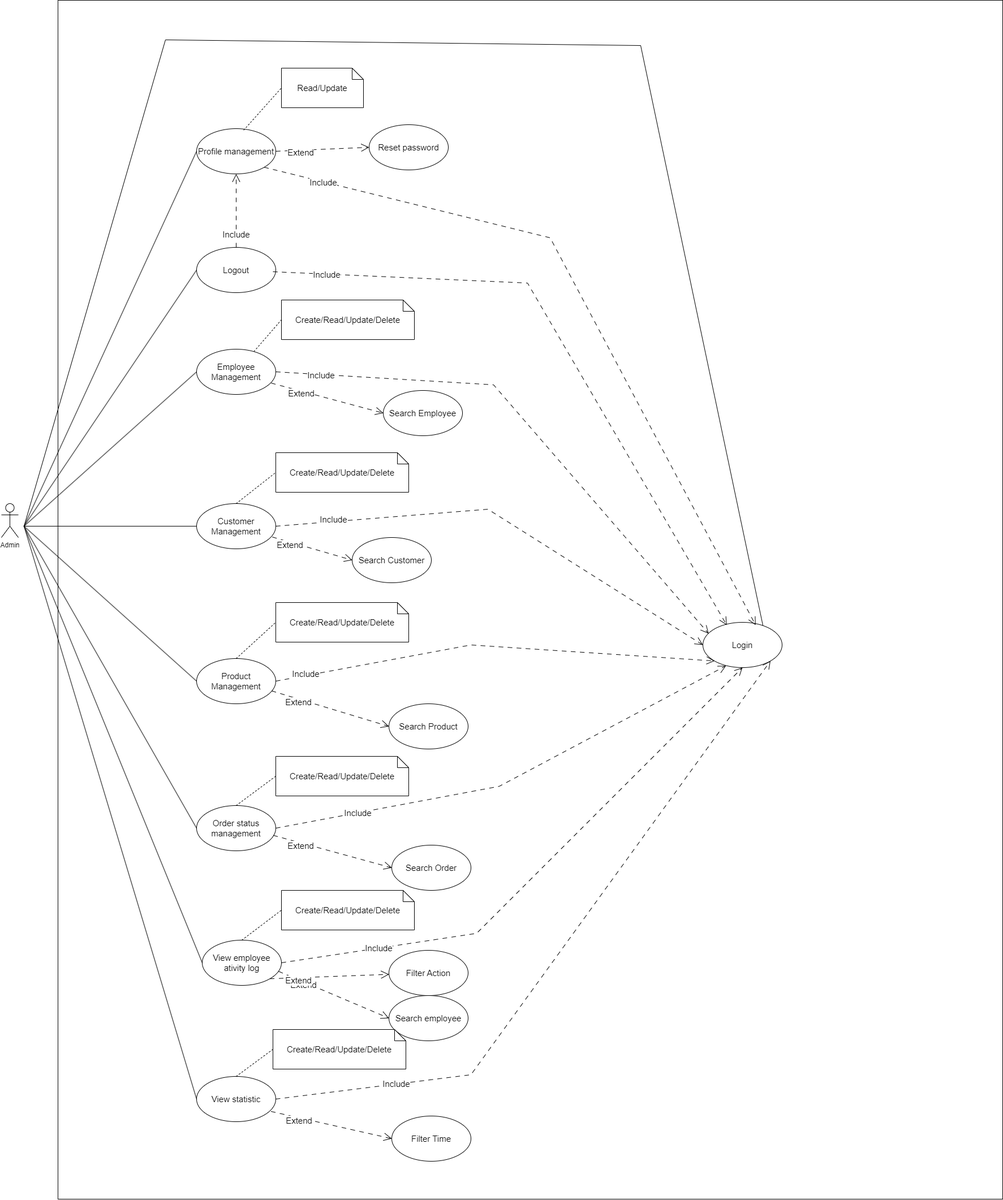
Earlier version of the draw.io export document/SDS/Use Case Diagram/Admin_Use_Case_Diagram.drawio.png (QuocZuong/perfume-store). Source tidied: cells renumbered, new cells last; positions are measured from the earlier drawing's top-left corner, leaving out a move shared by most shapes.
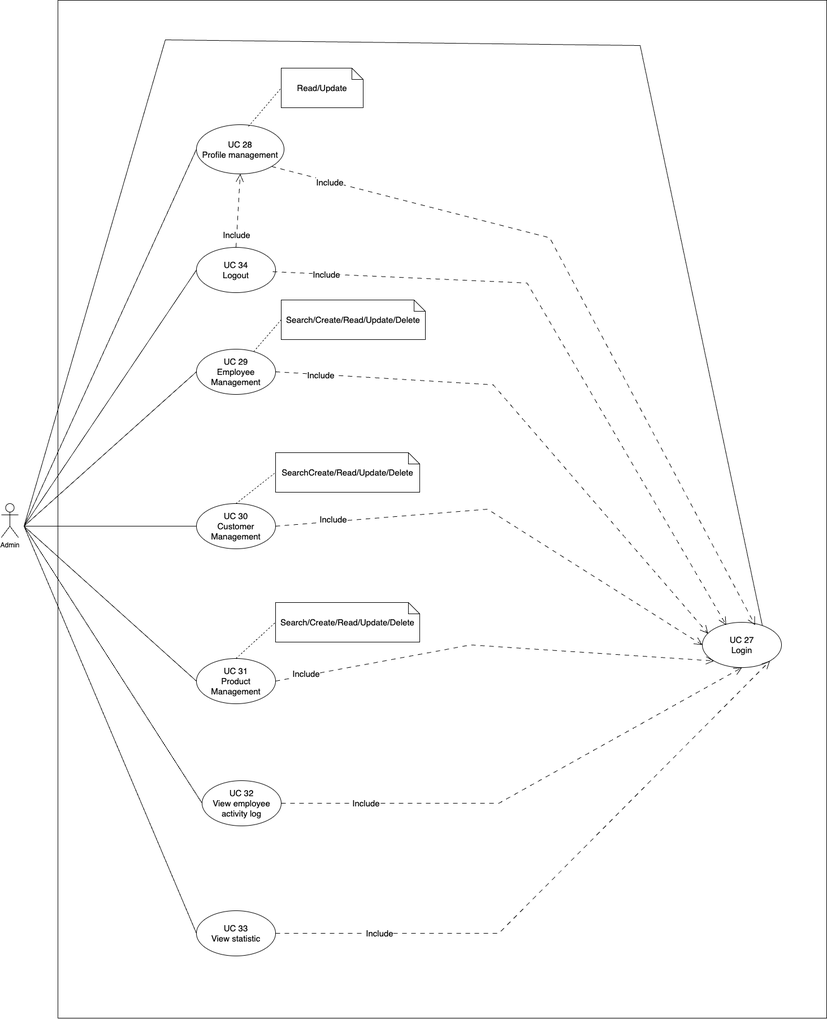
After the commit.

The edit, as a diff of the source:
```diff
@@ -6,23 +6,17 @@
       <mxGeometry y="890" width="30" height="60" as="geometry" />
     </mxCell>
     <mxCell id="3" style="rounded=0;whiteSpace=wrap;html=1;" parent="1" vertex="1">
-      <mxGeometry x="100" width="1670" height="2120" as="geometry" />
+      <mxGeometry x="100" width="1360" height="1800" as="geometry" />
     </mxCell>
-    <mxCell id="4" value="Login" style="ellipse;whiteSpace=wrap;html=1;fontSize=15;" parent="1" vertex="1">
+    <mxCell id="4" value="UC 27&lt;br&gt;Login" style="ellipse;whiteSpace=wrap;html=1;fontSize=15;" parent="1" vertex="1">
       <mxGeometry x="1240" y="1100" width="140" height="80" as="geometry" />
     </mxCell>
-    <mxCell id="5" value="Profile management" style="ellipse;whiteSpace=wrap;html=1;fontSize=15;" parent="1" vertex="1">
-      <mxGeometry x="345" y="227" width="140" height="80" as="geometry" />
+    <mxCell id="5" value="UC 28&lt;br&gt;Profile management" style="ellipse;whiteSpace=wrap;html=1;fontSize=15;" parent="1" vertex="1">
+      <mxGeometry x="345" y="220" width="155" height="87" as="geometry" />
     </mxCell>
-    <mxCell id="6" value="Reset password" style="ellipse;whiteSpace=wrap;html=1;fontSize=15;" parent="1" vertex="1">
-      <mxGeometry x="650" y="220" width="140" height="80" as="geometry" />
-    </mxCell>
-    <mxCell id="7" value="Logout" style="ellipse;whiteSpace=wrap;html=1;fontSize=15;" parent="1" vertex="1">
+    <mxCell id="7" value="UC 34&lt;br&gt;Logout" style="ellipse;whiteSpace=wrap;html=1;fontSize=15;" parent="1" vertex="1">
       <mxGeometry x="345" y="437" width="140" height="80" as="geometry" />
     </mxCell>
-    <mxCell id="8" value="Extend" style="endArrow=open;html=1;rounded=0;endFill=0;endSize=12;dashed=1;dashPattern=8 8;entryX=0;entryY=0.5;entryDx=0;entryDy=0;exitX=1;exitY=0.5;exitDx=0;exitDy=0;fontSize=15;" parent="1" edge="1" source="5" target="6">
-      <mxGeometry x="-0.47" y="-4" relative="1" as="geometry" />
-    </mxCell>
     <mxCell id="9" value="Include" style="endArrow=open;html=1;rounded=0;endFill=0;endSize=12;dashed=1;dashPattern=8 8;exitX=0.5;exitY=0;exitDx=0;exitDy=0;entryX=0.5;entryY=1;entryDx=0;entryDy=0;fontSize=15;" parent="1" edge="1" source="7" target="5">
       <mxGeometry x="-0.66" relative="1" as="geometry" />
     </mxCell>
@@ -32,23 +26,20 @@
     <mxCell id="11" style="endArrow=none;dashed=1;html=1;rounded=0;exitX=0.594;exitY=0.035;exitDx=0;exitDy=0;entryX=0;entryY=0.5;entryDx=0;entryDy=0;entryPerimeter=0;exitPerimeter=0;" parent="1" edge="1" source="5" target="10">
       <mxGeometry relative="1" as="geometry" />
     </mxCell>
-    <mxCell id="12" value="Employee Management" style="ellipse;whiteSpace=wrap;html=1;fontSize=15;" parent="1" vertex="1">
+    <mxCell id="12" value="UC 29&lt;br&gt;Employee Management" style="ellipse;whiteSpace=wrap;html=1;fontSize=15;" parent="1" vertex="1">
       <mxGeometry x="345" y="617" width="140" height="80" as="geometry" />
     </mxCell>
-    <mxCell id="13" value="Customer Management" style="ellipse;whiteSpace=wrap;html=1;fontSize=15;" parent="1" vertex="1">
+    <mxCell id="13" value="UC 30&lt;br&gt;Customer Management" style="ellipse;whiteSpace=wrap;html=1;fontSize=15;" parent="1" vertex="1">
       <mxGeometry x="345" y="890" width="140" height="80" as="geometry" />
     </mxCell>
-    <mxCell id="14" value="Product Management" style="ellipse;whiteSpace=wrap;html=1;fontSize=15;" parent="1" vertex="1">
+    <mxCell id="14" value="UC 31&lt;br&gt;Product Management" style="ellipse;whiteSpace=wrap;html=1;fontSize=15;" parent="1" vertex="1">
       <mxGeometry x="345" y="1164" width="140" height="80" as="geometry" />
     </mxCell>
-    <mxCell id="15" value="Order status management" style="ellipse;whiteSpace=wrap;html=1;fontSize=15;" parent="1" vertex="1">
-      <mxGeometry x="345" y="1424" width="140" height="80" as="geometry" />
-    </mxCell>
-    <mxCell id="16" value="View employee ativity log" style="ellipse;whiteSpace=wrap;html=1;fontSize=15;" parent="1" vertex="1">
-      <mxGeometry x="355" y="1662" width="140" height="80" as="geometry" />
+    <mxCell id="16" value="UC 32&lt;br&gt;View employee activity log" style="ellipse;whiteSpace=wrap;html=1;fontSize=15;" parent="1" vertex="1">
+      <mxGeometry x="355" y="1380" width="140" height="80" as="geometry" />
     </mxCell>
-    <mxCell id="17" value="View statistic" style="ellipse;whiteSpace=wrap;html=1;fontSize=15;" parent="1" vertex="1">
-      <mxGeometry x="345" y="1903" width="140" height="80" as="geometry" />
+    <mxCell id="17" value="UC 33&lt;br&gt;View statistic" style="ellipse;whiteSpace=wrap;html=1;fontSize=15;" parent="1" vertex="1">
+      <mxGeometry x="345" y="1610" width="140" height="80" as="geometry" />
     </mxCell>
     <mxCell id="18" style="endArrow=none;html=1;rounded=0;entryX=0;entryY=0.5;entryDx=0;entryDy=0;" parent="1" edge="1" target="12">
       <mxGeometry relative="1" as="geometry">
@@ -65,11 +56,6 @@
         <mxPoint x="40" y="930" as="sourcePoint" />
       </mxGeometry>
     </mxCell>
-    <mxCell id="21" style="endArrow=none;html=1;rounded=0;entryX=0;entryY=0.5;entryDx=0;entryDy=0;" parent="1" edge="1" target="15">
-      <mxGeometry relative="1" as="geometry">
-        <mxPoint x="40" y="930" as="sourcePoint" />
-      </mxGeometry>
-    </mxCell>
     <mxCell id="22" style="endArrow=none;html=1;rounded=0;entryX=0;entryY=0.5;entryDx=0;entryDy=0;" parent="1" edge="1" target="16">
       <mxGeometry relative="1" as="geometry">
         <mxPoint x="40" y="930" as="sourcePoint" />
@@ -102,69 +88,20 @@
         </Array>
       </mxGeometry>
     </mxCell>
-    <mxCell id="27" value="Include" style="endArrow=open;html=1;rounded=0;endFill=0;endSize=12;dashed=1;dashPattern=8 8;exitX=1;exitY=0.5;exitDx=0;exitDy=0;fontSize=15;entryX=0.293;entryY=0.959;entryDx=0;entryDy=0;entryPerimeter=0;" parent="1" edge="1" source="15" target="4">
-      <mxGeometry x="-0.66" relative="1" as="geometry">
-        <Array as="points">
-          <mxPoint x="880" y="1390" />
-        </Array>
-      </mxGeometry>
-    </mxCell>
     <mxCell id="28" value="Include" style="endArrow=open;html=1;rounded=0;endFill=0;endSize=12;dashed=1;dashPattern=8 8;exitX=1;exitY=0.5;exitDx=0;exitDy=0;fontSize=15;entryX=0.5;entryY=1;entryDx=0;entryDy=0;" parent="1" edge="1" source="16" target="4">
       <mxGeometry x="-0.66" relative="1" as="geometry">
         <Array as="points">
-          <mxPoint x="840" y="1650" />
+          <mxPoint x="880" y="1420" />
         </Array>
       </mxGeometry>
     </mxCell>
     <mxCell id="29" value="Include" style="endArrow=open;html=1;rounded=0;endFill=0;endSize=12;dashed=1;dashPattern=8 8;exitX=1;exitY=0.5;exitDx=0;exitDy=0;fontSize=15;entryX=1;entryY=1;entryDx=0;entryDy=0;" parent="1" edge="1" source="17" target="4">
       <mxGeometry x="-0.66" relative="1" as="geometry">
         <Array as="points">
-          <mxPoint x="830" y="1900" />
+          <mxPoint x="880" y="1650" />
         </Array>
       </mxGeometry>
     </mxCell>
-    <mxCell id="30" value="Search Employee" style="ellipse;whiteSpace=wrap;html=1;fontSize=15;" parent="1" vertex="1">
-      <mxGeometry x="675" y="690" width="140" height="80" as="geometry" />
-    </mxCell>
-    <mxCell id="31" value="Extend" style="endArrow=open;html=1;rounded=0;endFill=0;endSize=12;dashed=1;dashPattern=8 8;entryX=0;entryY=0.5;entryDx=0;entryDy=0;fontSize=15;exitX=0.942;exitY=0.749;exitDx=0;exitDy=0;exitPerimeter=0;" parent="1" edge="1" source="12" target="30">
-      <mxGeometry x="-0.46" y="-4" relative="1" as="geometry" />
-    </mxCell>
-    <mxCell id="32" value="Search Customer" style="ellipse;whiteSpace=wrap;html=1;fontSize=15;" parent="1" vertex="1">
-      <mxGeometry x="620" y="950" width="140" height="80" as="geometry" />
-    </mxCell>
-    <mxCell id="33" value="Extend" style="endArrow=open;html=1;rounded=0;endFill=0;endSize=12;dashed=1;dashPattern=8 8;entryX=0;entryY=0.5;entryDx=0;entryDy=0;fontSize=15;exitX=0.956;exitY=0.739;exitDx=0;exitDy=0;exitPerimeter=0;" parent="1" edge="1" source="13" target="32">
-      <mxGeometry x="-0.53" y="-5" relative="1" as="geometry" />
-    </mxCell>
-    <mxCell id="34" value="Search Product" style="ellipse;whiteSpace=wrap;html=1;fontSize=15;" parent="1" vertex="1">
-      <mxGeometry x="685" y="1244" width="140" height="80" as="geometry" />
-    </mxCell>
-    <mxCell id="35" value="Extend" style="endArrow=open;html=1;rounded=0;endFill=0;endSize=12;dashed=1;dashPattern=8 8;entryX=0;entryY=0.5;entryDx=0;entryDy=0;fontSize=15;exitX=0.947;exitY=0.715;exitDx=0;exitDy=0;exitPerimeter=0;" parent="1" edge="1" source="14" target="34">
-      <mxGeometry x="-0.53" y="-5" relative="1" as="geometry" />
-    </mxCell>
-    <mxCell id="36" value="Search Order" style="ellipse;whiteSpace=wrap;html=1;fontSize=15;" parent="1" vertex="1">
-      <mxGeometry x="690" y="1494" width="140" height="80" as="geometry" />
-    </mxCell>
-    <mxCell id="37" value="Extend" style="endArrow=open;html=1;rounded=0;endFill=0;endSize=12;dashed=1;dashPattern=8 8;entryX=0;entryY=0.5;entryDx=0;entryDy=0;fontSize=15;exitX=0.969;exitY=0.659;exitDx=0;exitDy=0;exitPerimeter=0;" parent="1" edge="1" source="15" target="36">
-      <mxGeometry x="-0.53" y="-5" relative="1" as="geometry" />
-    </mxCell>
-    <mxCell id="38" value="Search employee" style="ellipse;whiteSpace=wrap;html=1;fontSize=15;" parent="1" vertex="1">
-      <mxGeometry x="685" y="1760" width="140" height="80" as="geometry" />
-    </mxCell>
-    <mxCell id="39" value="Filter Action" style="ellipse;whiteSpace=wrap;html=1;fontSize=15;" parent="1" vertex="1">
-      <mxGeometry x="685" y="1680" width="140" height="80" as="geometry" />
-    </mxCell>
-    <mxCell id="40" value="Extend" style="endArrow=open;html=1;rounded=0;endFill=0;endSize=12;dashed=1;dashPattern=8 8;entryX=0;entryY=0.5;entryDx=0;entryDy=0;fontSize=15;exitX=0.963;exitY=0.689;exitDx=0;exitDy=0;exitPerimeter=0;" parent="1" edge="1" source="16" target="38">
-      <mxGeometry x="-0.53" y="-5" relative="1" as="geometry" />
-    </mxCell>
-    <mxCell id="41" value="Extend" style="endArrow=open;html=1;rounded=0;endFill=0;endSize=12;dashed=1;dashPattern=8 8;fontSize=15;exitX=1;exitY=1;exitDx=0;exitDy=0;" parent="1" edge="1" source="16" target="39">
-      <mxGeometry x="-0.53" y="-5" relative="1" as="geometry" />
-    </mxCell>
-    <mxCell id="42" value="Filter Time" style="ellipse;whiteSpace=wrap;html=1;fontSize=15;" parent="1" vertex="1">
-      <mxGeometry x="690" y="1973" width="140" height="80" as="geometry" />
-    </mxCell>
-    <mxCell id="43" value="Extend" style="endArrow=open;html=1;rounded=0;endFill=0;endSize=12;dashed=1;dashPattern=8 8;fontSize=15;exitX=0.94;exitY=0.774;exitDx=0;exitDy=0;entryX=0;entryY=0.5;entryDx=0;entryDy=0;exitPerimeter=0;" parent="1" edge="1" source="17" target="42">
-      <mxGeometry x="-0.53" y="-5" relative="1" as="geometry" />
-    </mxCell>
     <mxCell id="44" style="endArrow=none;html=1;rounded=0;entryX=0;entryY=0.5;entryDx=0;entryDy=0;" parent="1" edge="1" target="5">
       <mxGeometry relative="1" as="geometry">
         <mxPoint x="40" y="930" as="sourcePoint" />
@@ -201,8 +138,8 @@
         </Array>
       </mxGeometry>
     </mxCell>
-    <mxCell id="49" value="Create/Read/Update/Delete" style="shape=note;size=20;whiteSpace=wrap;html=1;fontSize=15;" parent="1" vertex="1">
-      <mxGeometry x="495" y="530" width="235" height="70" as="geometry" />
+    <mxCell id="49" value="Search/Create/Read/Update/Delete" style="shape=note;size=20;whiteSpace=wrap;html=1;fontSize=15;" parent="1" vertex="1">
+      <mxGeometry x="495" y="530" width="255" height="70" as="geometry" />
     </mxCell>
     <mxCell id="50" style="endArrow=none;dashed=1;html=1;rounded=0;entryX=0;entryY=0.5;entryDx=0;entryDy=0;entryPerimeter=0;" parent="1" edge="1" source="12" target="49">
       <mxGeometry relative="1" as="geometry" />
@@ -210,32 +147,14 @@
     <mxCell id="51" style="endArrow=none;dashed=1;html=1;rounded=0;entryX=0;entryY=0.5;entryDx=0;entryDy=0;entryPerimeter=0;exitX=0.5;exitY=0;exitDx=0;exitDy=0;" parent="1" edge="1" source="13" target="52">
       <mxGeometry relative="1" as="geometry" />
     </mxCell>
-    <mxCell id="52" value="Create/Read/Update/Delete" style="shape=note;size=20;whiteSpace=wrap;html=1;fontSize=15;" parent="1" vertex="1">
-      <mxGeometry x="485" y="800" width="235" height="70" as="geometry" />
+    <mxCell id="52" value="SearchCreate/Read/Update/Delete" style="shape=note;size=20;whiteSpace=wrap;html=1;fontSize=15;" parent="1" vertex="1">
+      <mxGeometry x="485" y="800" width="255" height="70" as="geometry" />
     </mxCell>
-    <mxCell id="53" value="Create/Read/Update/Delete" style="shape=note;size=20;whiteSpace=wrap;html=1;fontSize=15;" parent="1" vertex="1">
-      <mxGeometry x="485" y="1065" width="235" height="70" as="geometry" />
+    <mxCell id="53" value="Search/Create/Read/Update/Delete" style="shape=note;size=20;whiteSpace=wrap;html=1;fontSize=15;" parent="1" vertex="1">
+      <mxGeometry x="485" y="1065" width="255" height="70" as="geometry" />
     </mxCell>
     <mxCell id="54" style="endArrow=none;dashed=1;html=1;rounded=0;entryX=0;entryY=0.5;entryDx=0;entryDy=0;entryPerimeter=0;exitX=0.5;exitY=0;exitDx=0;exitDy=0;" parent="1" edge="1" source="14" target="53">
       <mxGeometry relative="1" as="geometry" />
     </mxCell>
-    <mxCell id="55" value="Create/Read/Update/Delete" style="shape=note;size=20;whiteSpace=wrap;html=1;fontSize=15;" parent="1" vertex="1">
-      <mxGeometry x="485" y="1337" width="235" height="70" as="geometry" />
-    </mxCell>
-    <mxCell id="56" style="endArrow=none;dashed=1;html=1;rounded=0;entryX=0;entryY=0.5;entryDx=0;entryDy=0;entryPerimeter=0;exitX=0.5;exitY=0;exitDx=0;exitDy=0;" parent="1" edge="1" source="15" target="55">
-      <mxGeometry relative="1" as="geometry" />
-    </mxCell>
-    <mxCell id="57" value="Create/Read/Update/Delete" style="shape=note;size=20;whiteSpace=wrap;html=1;fontSize=15;" parent="1" vertex="1">
-      <mxGeometry x="495" y="1574" width="235" height="70" as="geometry" />
-    </mxCell>
-    <mxCell id="58" style="endArrow=none;dashed=1;html=1;rounded=0;entryX=0;entryY=0.5;entryDx=0;entryDy=0;entryPerimeter=0;exitX=0.5;exitY=0;exitDx=0;exitDy=0;" parent="1" edge="1" source="16" target="57">
-      <mxGeometry relative="1" as="geometry" />
-    </mxCell>
-    <mxCell id="59" value="Create/Read/Update/Delete" style="shape=note;size=20;whiteSpace=wrap;html=1;fontSize=15;" parent="1" vertex="1">
-      <mxGeometry x="480" y="1820" width="235" height="70" as="geometry" />
-    </mxCell>
-    <mxCell id="60" style="endArrow=none;dashed=1;html=1;rounded=0;entryX=0;entryY=0.5;entryDx=0;entryDy=0;entryPerimeter=0;exitX=0.5;exitY=0;exitDx=0;exitDy=0;" parent="1" edge="1" source="17" target="59">
-      <mxGeometry relative="1" as="geometry" />
-    </mxCell>
   </root>
 </mxGraphModel>
```
